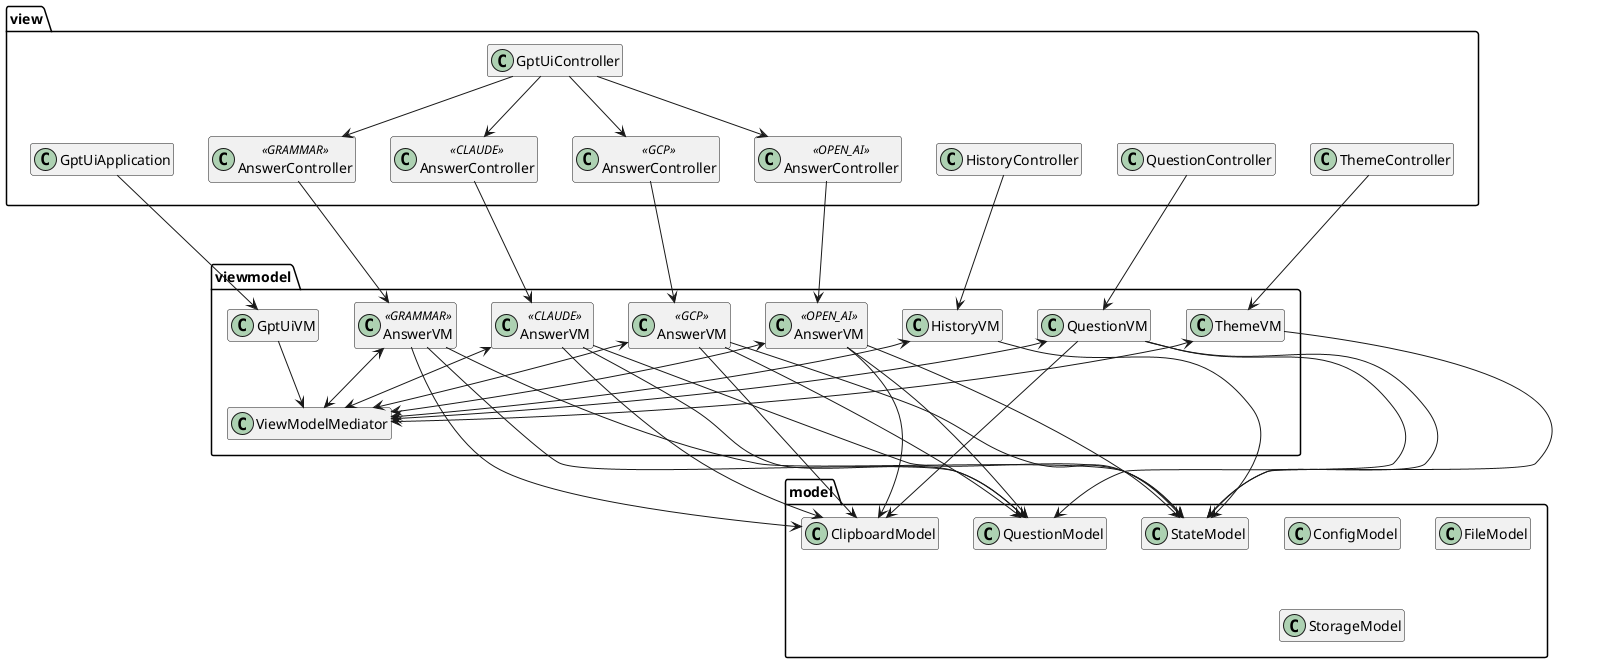
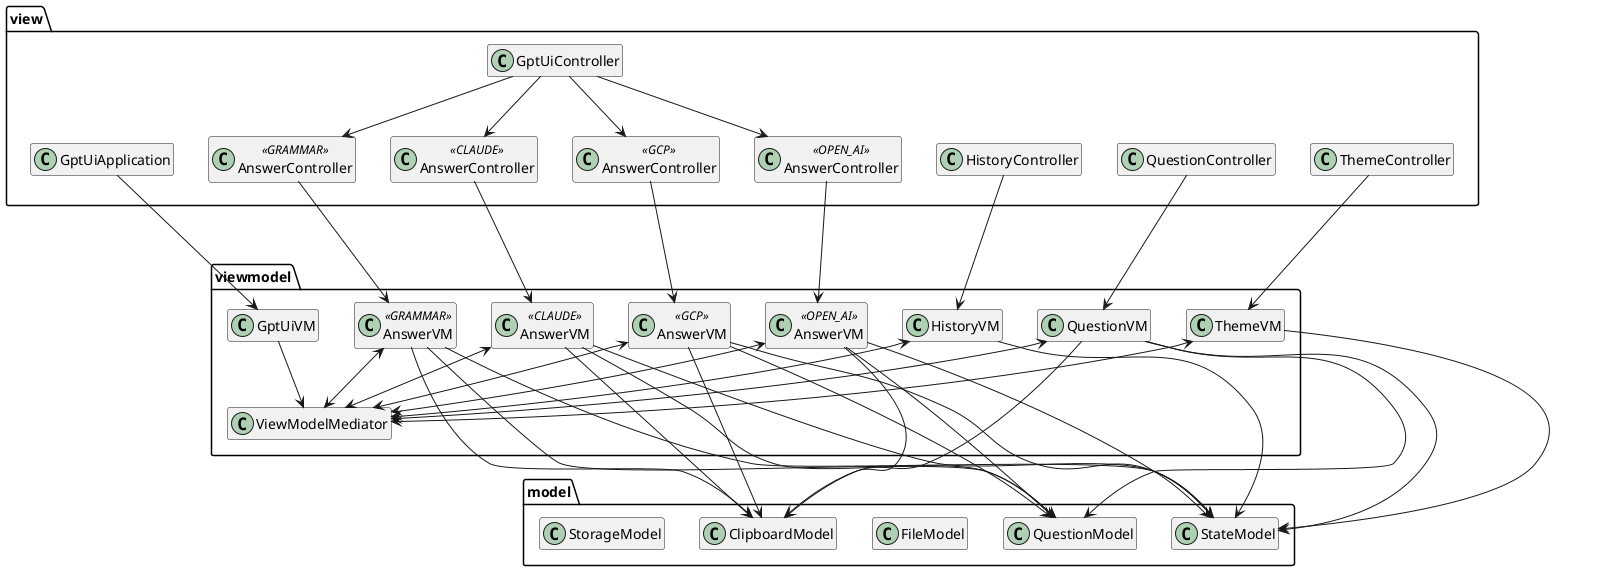
@startuml
hide empty members

package view {
    class GptUiController
    together {
        class GptUiApplication
        class "AnswerController" as grammarAnswerController <<GRAMMAR>>
        class "AnswerController" as openAiAnswerController <<OPEN_AI>>
        class "AnswerController" as claudeAnswerController <<CLAUDE>>
        class "AnswerController" as gcpAnswerController <<GCP>>
        class HistoryController
        class QuestionController
        class ThemeController
    }
}

package viewmodel {
    class "AnswerVM" as grammarAnswerVM <<GRAMMAR>>
    class "AnswerVM" as openAiAnswerVM <<OPEN_AI>>
    class "AnswerVM" as claudeAnswerVM <<CLAUDE>>
    class "AnswerVM" as gcpAnswerVM <<GCP>>
    class GptUiVM
    class HistoryVM
    class QuestionVM
    class ThemeVM
    class ViewModelMediator
}

package model{
    class StateModel
    class ClipboardModel
-     class ConfigModel
    class FileModel
    class QuestionModel
    class StorageModel
}

ThemeController ---> ThemeVM
QuestionController ---> QuestionVM
HistoryController ---> HistoryVM
grammarAnswerController --> grammarAnswerVM
openAiAnswerController --> openAiAnswerVM
claudeAnswerController --> claudeAnswerVM
gcpAnswerController --> gcpAnswerVM
GptUiApplication --> GptUiVM

GptUiController --> grammarAnswerController
GptUiController --> openAiAnswerController
GptUiController --> claudeAnswerController
GptUiController --> gcpAnswerController

ThemeVM <--> ViewModelMediator
QuestionVM <--> ViewModelMediator
HistoryVM <--> ViewModelMediator
GptUiVM --> ViewModelMediator
grammarAnswerVM <--> ViewModelMediator
openAiAnswerVM <--> ViewModelMediator
claudeAnswerVM <--> ViewModelMediator
gcpAnswerVM <--> ViewModelMediator

ThemeVM ---> StateModel
HistoryVM ---> StateModel
QuestionVM ---> StateModel
QuestionVM ---> QuestionModel
QuestionVM ---> ClipboardModel

grammarAnswerVM --> StateModel
openAiAnswerVM --> StateModel
claudeAnswerVM --> StateModel
gcpAnswerVM --> StateModel

grammarAnswerVM --> QuestionModel
openAiAnswerVM --> QuestionModel
claudeAnswerVM --> QuestionModel
gcpAnswerVM --> QuestionModel

grammarAnswerVM --> ClipboardModel
openAiAnswerVM --> ClipboardModel
claudeAnswerVM --> ClipboardModel
gcpAnswerVM --> ClipboardModel


@enduml